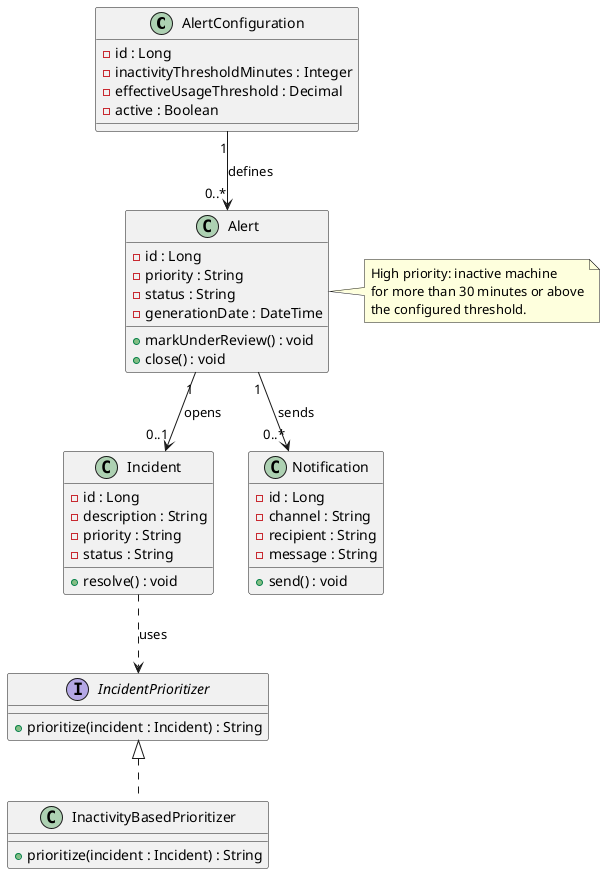
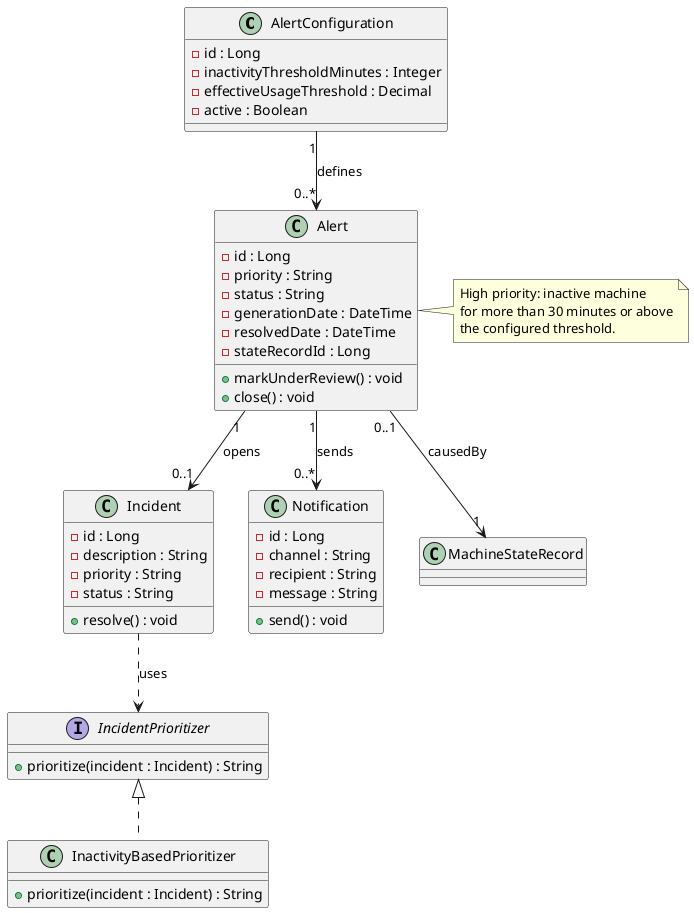
@startuml "Class: Alerts and Incidents"

class AlertConfiguration {
  - id : Long
  - inactivityThresholdMinutes : Integer
  - effectiveUsageThreshold : Decimal
  - active : Boolean
}

class Alert {
  - id : Long
  - priority : String
  - status : String
  - generationDate : DateTime
+   - resolvedDate : DateTime
+   - stateRecordId : Long
  + markUnderReview() : void
  + close() : void
}

class Incident {
  - id : Long
  - description : String
  - priority : String
  - status : String
  + resolve() : void
}

class Notification {
  - id : Long
  - channel : String
  - recipient : String
  - message : String
  + send() : void
}

interface IncidentPrioritizer {
  + prioritize(incident : Incident) : String
}

class InactivityBasedPrioritizer implements IncidentPrioritizer {
  + prioritize(incident : Incident) : String
}

AlertConfiguration "1" --> "0..*" Alert : defines
+ Alert "0..1" --> "1" MachineStateRecord : causedBy
Alert "1" --> "0..1" Incident : opens
Alert "1" --> "0..*" Notification : sends
Incident ..> IncidentPrioritizer : uses

note right of Alert
  High priority: inactive machine
  for more than 30 minutes or above
  the configured threshold.
end note
@enduml
